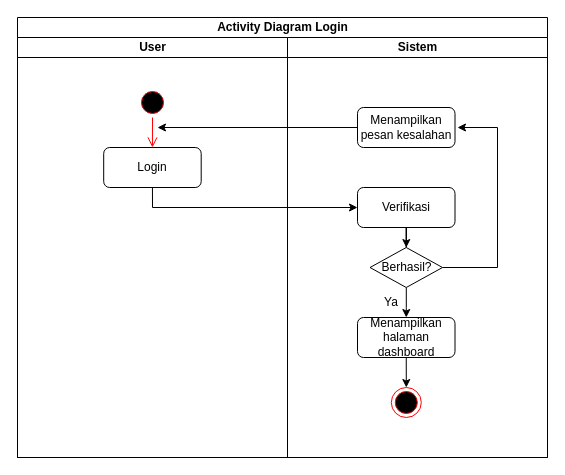
Above: page "Activity Diagram - Login" (3 of 8) of Cara Kerja Aplikasi TA.drawio in zelsaddr/All-Diagrams (draw.io), before the change. Source tidied: cells renumbered, new cells numbered last; positions are measured from the earlier drawing's top-left corner, leaving out a move shared by most shapes. Both pictures are drawn from the tidied source at 100%, with x=0, y=0 at pixel (17, 17).
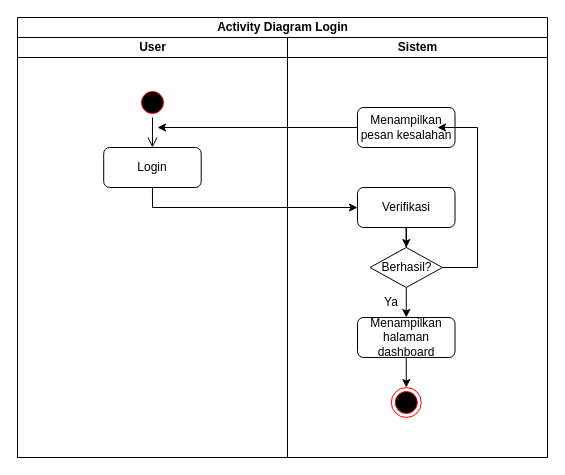
The same diagram, later.

Unchanged cells that the change refers to:
```xml
<mxCell id="3" value="User" style="swimlane;startSize=20;html=1;" parent="2" vertex="1">
  <mxGeometry y="20" width="270" height="420" as="geometry" />
</mxCell>
<mxCell id="4" style="ellipse;html=1;shape=startState;fillColor=#000000;strokeColor=#ff0000;" parent="3" vertex="1">
  <mxGeometry x="120" y="50" width="30" height="30" as="geometry" />
</mxCell>
<mxCell id="6" value="Login" style="rounded=1;whiteSpace=wrap;html=1;" parent="3" vertex="1">
  <mxGeometry x="86.2" y="110" width="97.5" height="40" as="geometry" />
</mxCell>
<mxCell id="11" value="Berhasil?" style="rhombus;whiteSpace=wrap;html=1;" parent="7" vertex="1">
  <mxGeometry x="82.5" y="210" width="72.5" height="40" as="geometry" />
</mxCell>
```

The edit, as a diff of the source:
```diff
@@
-    <mxCell id="5" style="edgeStyle=orthogonalEdgeStyle;html=1;verticalAlign=bottom;endArrow=open;endSize=8;strokeColor=#ff0000;rounded=0;entryX=0.5;entryY=0;entryDx=0;entryDy=0;" parent="3" edge="1" source="4" target="6">
+    <mxCell id="5" style="edgeStyle=orthogonalEdgeStyle;html=1;verticalAlign=bottom;endArrow=open;endSize=8;strokeColor=#000000;rounded=0;entryX=0.5;entryY=0;entryDx=0;entryDy=0;" parent="3" edge="1" source="4" target="6">
       <mxGeometry relative="1" as="geometry" />
     </mxCell>
@@
     <mxCell id="18" style="endArrow=classic;html=1;rounded=0;exitX=1;exitY=0.5;exitDx=0;exitDy=0;" parent="1" edge="1" source="11">
       <mxGeometry relative="1" as="geometry">
-        <mxPoint x="440" y="110" as="targetPoint" />
+        <mxPoint x="420" y="110" as="targetPoint" />
         <Array as="points">
-          <mxPoint x="480" y="250" />
-          <mxPoint x="480" y="110" />
+          <mxPoint x="460" y="250" />
+          <mxPoint x="460" y="110" />
         </Array>
       </mxGeometry>
     </mxCell>
```
